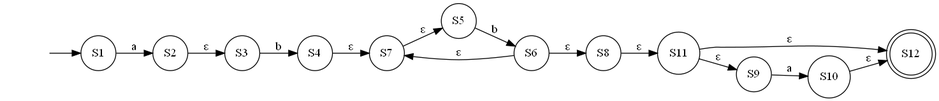
Earlier version of the Graphviz export output/nfa/nfa.gv.png (ZiadSheriif/AutoMajestic). Its source is kept beside it as output/nfa/nfa.gv.
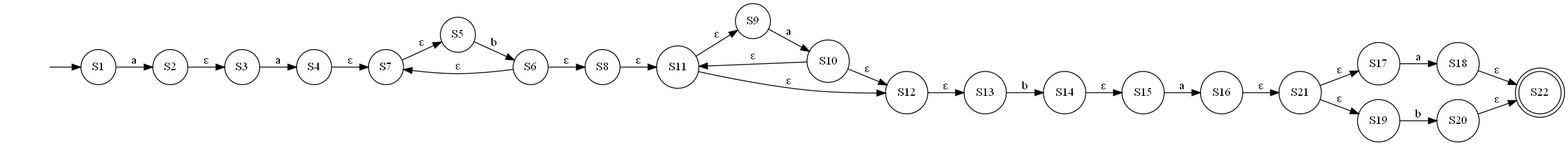
The same diagram one commit later.

The edit, as a diff of the source:
```diff
@@ -4,15 +4,37 @@
 	S1 [shape=circle]
 	S1 -> S2 [label=a]
 	S10 [shape=circle]
+	S10 -> S11 [label="ε"]
 	S10 -> S12 [label="ε"]
 	S11 [shape=circle]
 	S11 -> S9 [label="ε"]
 	S11 -> S12 [label="ε"]
-	S12 [shape=doublecircle]
+	S12 [shape=circle]
+	S12 -> S13 [label="ε"]
+	S13 [shape=circle]
+	S13 -> S14 [label=b]
+	S14 [shape=circle]
+	S14 -> S15 [label="ε"]
+	S15 [shape=circle]
+	S15 -> S16 [label=a]
+	S16 [shape=circle]
+	S16 -> S21 [label="ε"]
+	S17 [shape=circle]
+	S17 -> S18 [label=a]
+	S18 [shape=circle]
+	S18 -> S22 [label="ε"]
+	S19 [shape=circle]
+	S19 -> S20 [label=b]
 	S2 [shape=circle]
 	S2 -> S3 [label="ε"]
+	S20 [shape=circle]
+	S20 -> S22 [label="ε"]
+	S21 [shape=circle]
+	S21 -> S17 [label="ε"]
+	S21 -> S19 [label="ε"]
+	S22 [shape=doublecircle]
 	S3 [shape=circle]
-	S3 -> S4 [label=b]
+	S3 -> S4 [label=a]
 	S4 [shape=circle]
 	S4 -> S7 [label="ε"]
 	S5 [shape=circle]
```
